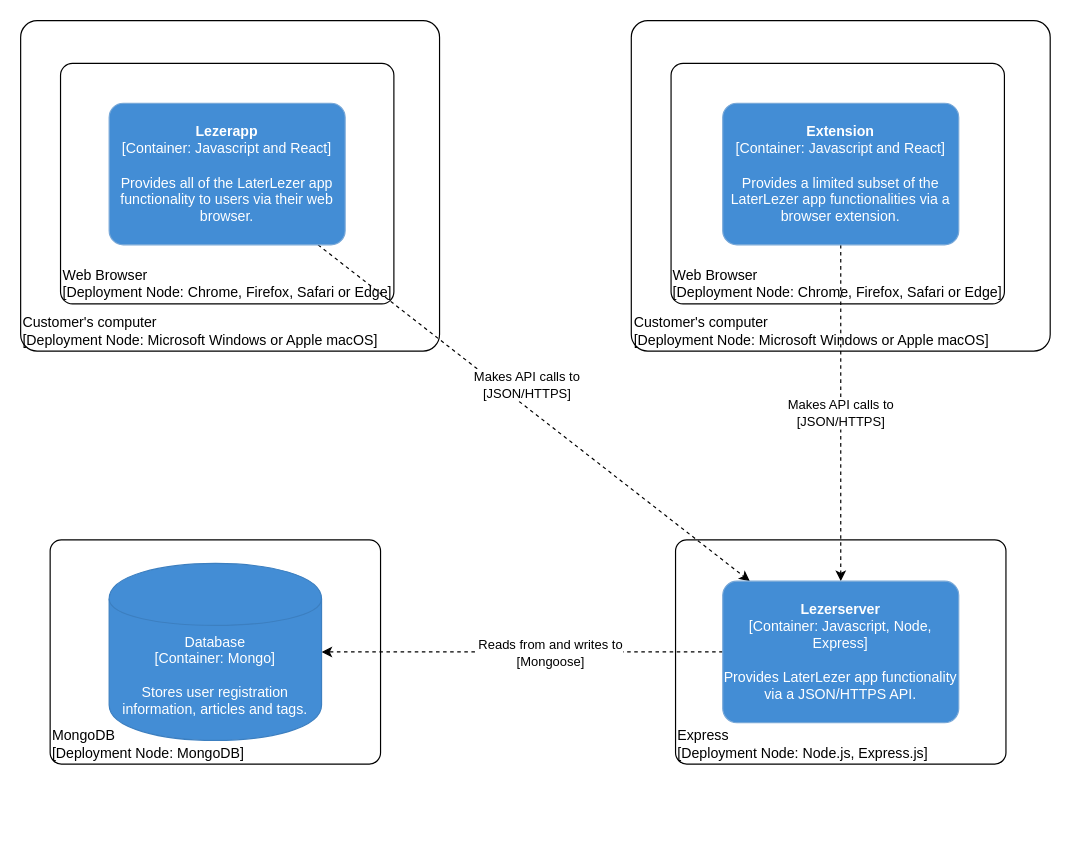
Before: page "Deployment diagram" (7 of 7) of documents/c4model.drawio in Patrickroelofs/HANICA-DWA-Laterlezer, a draw.io diagram. Source tidied: cells renumbered, new cells numbered last; positions are measured from the earlier drawing's top-left corner, leaving out a move shared by most shapes. Both pictures are drawn from the tidied source at 118%, with x=0, y=0 at pixel (20, 20).
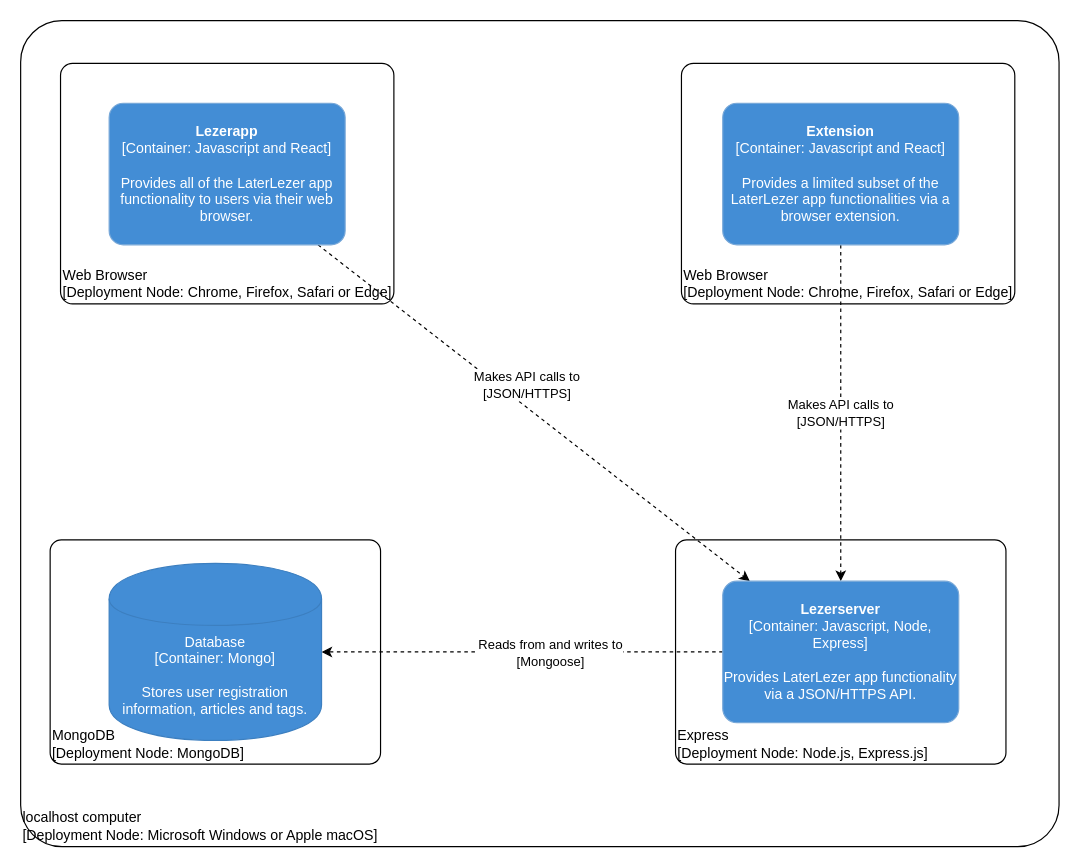
The same diagram, later.

Change to the diagram source:
```diff
@@
-    <object id="2" label="&lt;div style=&quot;text-align: left&quot;&gt;%c4Name%&lt;/div&gt;&lt;div style=&quot;text-align: left&quot;&gt;[%c4Application%]&lt;/div&gt;" c4Application="Deployment Node: Microsoft Windows or Apple macOS" c4Name="Customer's computer" placeholders="1">
-      <mxCell style="rounded=1;whiteSpace=wrap;html=1;labelBackgroundColor=none;fontColor=#000000;align=left;arcSize=5;strokeColor=#000000;verticalAlign=bottom;metaData={&quot;c4Type&quot;:{&quot;editable&quot;:false}};fillColor=none;" parent="1" vertex="1">
-        <mxGeometry width="355" height="280" as="geometry" />
-      </mxCell>
-    </object>
@@
-    <object id="12" label="&lt;div style=&quot;text-align: left&quot;&gt;%c4Name%&lt;/div&gt;&lt;div style=&quot;text-align: left&quot;&gt;[%c4Application%]&lt;/div&gt;" c4Application="Deployment Node: Microsoft Windows or Apple macOS" c4Name="Customer's computer" placeholders="1">
+    <object id="12" label="&lt;div style=&quot;text-align: left&quot;&gt;%c4Name%&lt;/div&gt;&lt;div style=&quot;text-align: left&quot;&gt;[%c4Application%]&lt;/div&gt;" c4Application="Deployment Node: Microsoft Windows or Apple macOS" c4Name="localhost computer" placeholders="1">
       <mxCell style="rounded=1;whiteSpace=wrap;html=1;labelBackgroundColor=none;fontColor=#000000;align=left;arcSize=5;strokeColor=#000000;verticalAlign=bottom;metaData={&quot;c4Type&quot;:{&quot;editable&quot;:false}};fillColor=none;" parent="1" vertex="1">
-        <mxGeometry x="517.5" width="355" height="280" as="geometry" />
+        <mxGeometry width="880" height="700" as="geometry" />
       </mxCell>
     </object>
     <object id="13" label="&lt;div style=&quot;text-align: left&quot;&gt;%c4Name%&lt;/div&gt;&lt;div style=&quot;text-align: left&quot;&gt;[%c4Application%]&lt;/div&gt;" c4Application="Deployment Node: Chrome, Firefox, Safari or Edge" c4Name="Web Browser" placeholders="1">
       <mxCell style="rounded=1;whiteSpace=wrap;html=1;labelBackgroundColor=none;fontColor=#000000;align=left;arcSize=5;strokeColor=#000000;verticalAlign=bottom;metaData={&quot;c4Type&quot;:{&quot;editable&quot;:false}};fillColor=none;" parent="1" vertex="1">
-        <mxGeometry x="551.2" y="36.2" width="282.5" height="203.8" as="geometry" />
+        <mxGeometry x="560" y="36.2" width="282.5" height="203.8" as="geometry" />
       </mxCell>
     </object>
```
